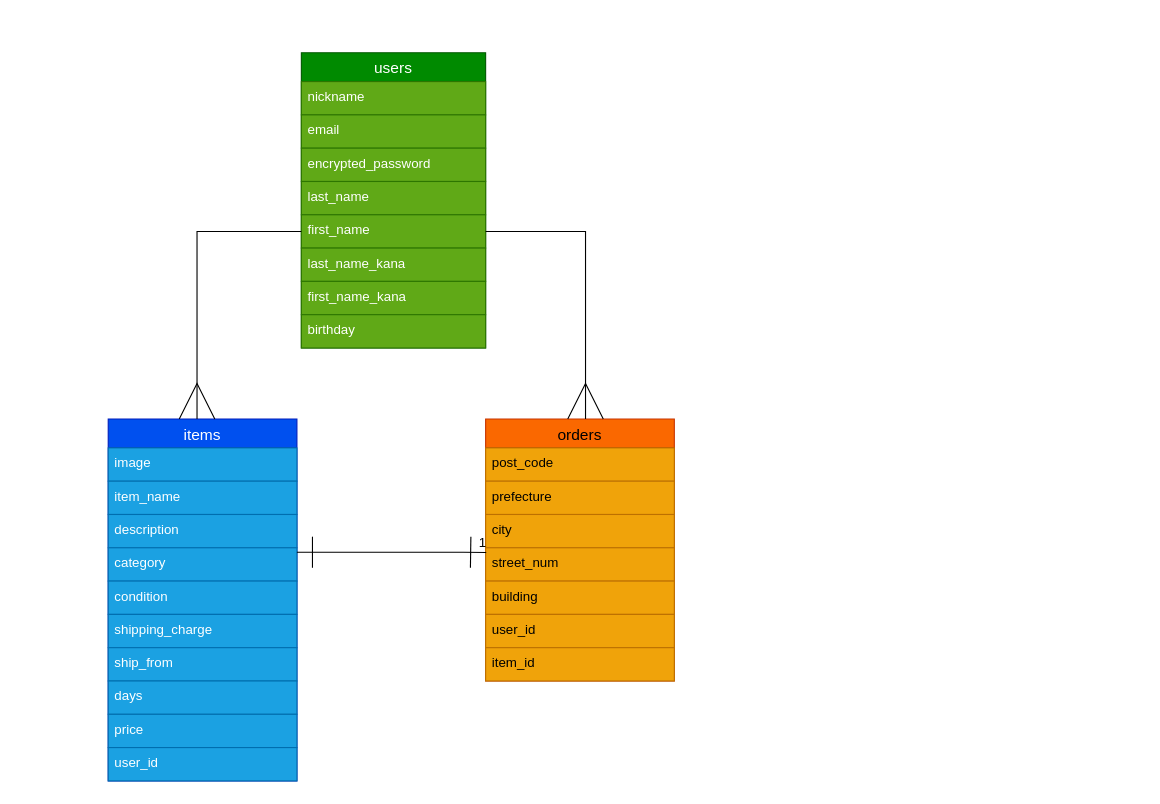
The draw.io diagram er.dio in bandaid0625/furima-38930, before the edit. Source tidied: cells renumbered, new cells numbered last; positions are measured from the earlier drawing's top-left corner, leaving out a move shared by most shapes. Both pictures are drawn from the tidied source at 111%, with x=0, y=0 at pixel (108, 52).
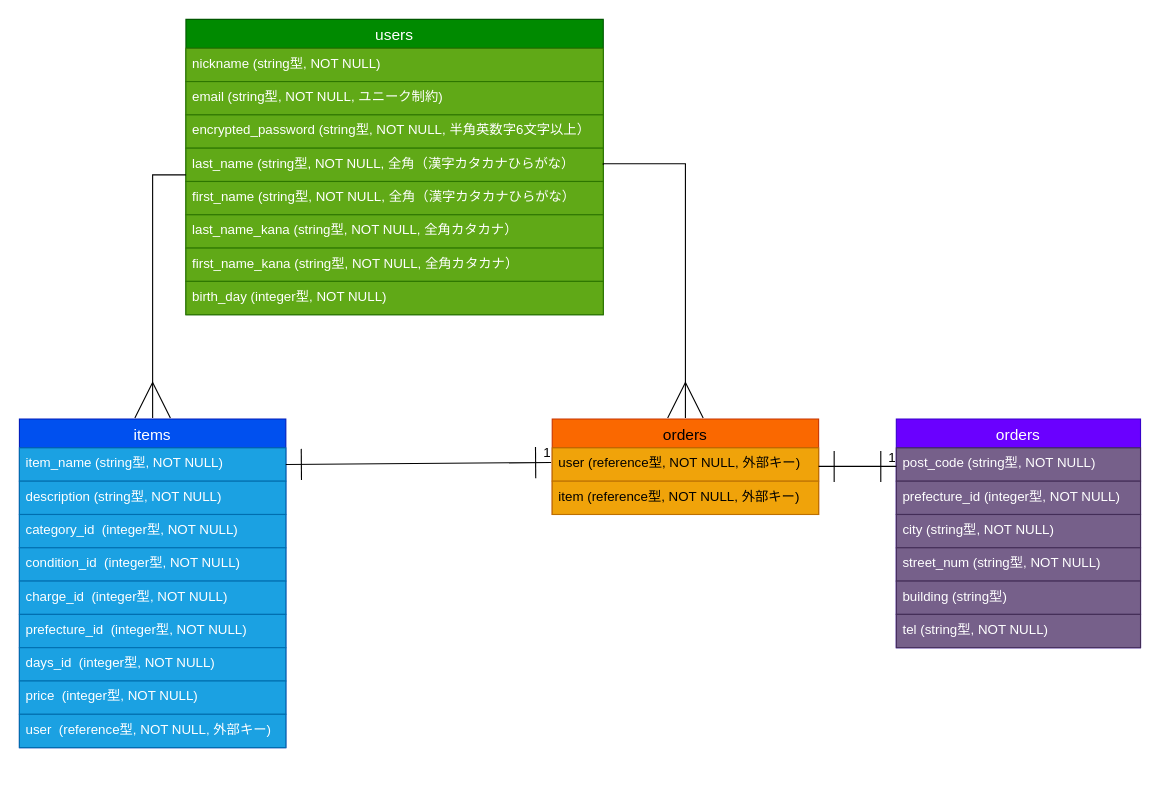
After the change.

The edit, as a diff of the source:
```diff
@@
-<mxGraphModel background="#ffffff">
+<mxGraphModel>
@@
     <mxCell id="2" value="users" style="swimlane;fontStyle=0;horizontal=1;startSize=26;align=center;fontSize=14;rounded=0;fillColor=#008a00;fontColor=#ffffff;strokeColor=#005700;" parent="1" vertex="1">
-      <mxGeometry x="174" width="166" height="266" as="geometry" />
+      <mxGeometry x="70" y="-30" width="376" height="266" as="geometry" />
     </mxCell>
-    <mxCell id="3" value="nickname" style="text;strokeColor=#2D7600;fillColor=#60a917;spacingLeft=4;spacingRight=4;overflow=hidden;fontSize=12;rounded=0;fontColor=#ffffff;" parent="2" vertex="1">
-      <mxGeometry y="26" width="166" height="30" as="geometry" />
+    <mxCell id="3" value="nickname (string型, NOT NULL)" style="text;strokeColor=#2D7600;fillColor=#60a917;spacingLeft=4;spacingRight=4;overflow=hidden;fontSize=12;rounded=0;fontColor=#ffffff;" parent="2" vertex="1">
+      <mxGeometry y="26" width="376" height="30" as="geometry" />
     </mxCell>
-    <mxCell id="4" value="email&#10;" style="text;strokeColor=#2D7600;fillColor=#60a917;spacingLeft=4;spacingRight=4;overflow=hidden;fontSize=12;rounded=0;fontColor=#ffffff;" parent="2" vertex="1">
-      <mxGeometry y="56" width="166" height="30" as="geometry" />
+    <mxCell id="4" value="email (string型, NOT NULL, ユニーク制約)&#10;" style="text;strokeColor=#2D7600;fillColor=#60a917;spacingLeft=4;spacingRight=4;overflow=hidden;fontSize=12;rounded=0;fontColor=#ffffff;" parent="2" vertex="1">
+      <mxGeometry y="56" width="376" height="30" as="geometry" />
     </mxCell>
-    <mxCell id="5" value="encrypted_password" style="text;strokeColor=#2D7600;fillColor=#60a917;spacingLeft=4;spacingRight=4;overflow=hidden;fontSize=12;rounded=0;fontColor=#ffffff;" parent="2" vertex="1">
-      <mxGeometry y="86" width="166" height="30" as="geometry" />
+    <mxCell id="5" value="encrypted_password (string型, NOT NULL, 半角英数字6文字以上）&#10;" style="text;strokeColor=#2D7600;fillColor=#60a917;spacingLeft=4;spacingRight=4;overflow=hidden;fontSize=12;rounded=0;fontColor=#ffffff;" parent="2" vertex="1">
+      <mxGeometry y="86" width="376" height="30" as="geometry" />
     </mxCell>
-    <mxCell id="6" value="last_name" style="text;strokeColor=#2D7600;fillColor=#60a917;spacingLeft=4;spacingRight=4;overflow=hidden;points=[[0,0.5],[1,0.5]];portConstraint=eastwest;fontSize=12;rounded=0;fontColor=#ffffff;" parent="2" vertex="1">
-      <mxGeometry y="116" width="166" height="30" as="geometry" />
+    <mxCell id="6" value="last_name (string型, NOT NULL, 全角（漢字カタカナひらがな）&#10;" style="text;strokeColor=#2D7600;fillColor=#60a917;spacingLeft=4;spacingRight=4;overflow=hidden;points=[[0,0.5],[1,0.5]];portConstraint=eastwest;fontSize=12;rounded=0;fontColor=#ffffff;" parent="2" vertex="1">
+      <mxGeometry y="116" width="376" height="30" as="geometry" />
     </mxCell>
-    <mxCell id="7" value="first_name" style="text;strokeColor=#2D7600;fillColor=#60a917;spacingLeft=4;spacingRight=4;overflow=hidden;points=[[0,0.5],[1,0.5]];portConstraint=eastwest;fontSize=12;rounded=0;fontColor=#ffffff;" parent="2" vertex="1">
-      <mxGeometry y="146" width="166" height="30" as="geometry" />
+    <mxCell id="7" value="first_name (string型, NOT NULL, 全角（漢字カタカナひらがな）&#10;" style="text;strokeColor=#2D7600;fillColor=#60a917;spacingLeft=4;spacingRight=4;overflow=hidden;points=[[0,0.5],[1,0.5]];portConstraint=eastwest;fontSize=12;rounded=0;fontColor=#ffffff;" parent="2" vertex="1">
+      <mxGeometry y="146" width="376" height="30" as="geometry" />
     </mxCell>
-    <mxCell id="8" value="last_name_kana" style="text;strokeColor=#2D7600;fillColor=#60a917;spacingLeft=4;spacingRight=4;overflow=hidden;fontSize=12;rounded=0;fontColor=#ffffff;" parent="2" vertex="1">
-      <mxGeometry y="176" width="166" height="30" as="geometry" />
+    <mxCell id="8" value="last_name_kana (string型, NOT NULL, 全角カタカナ）&#10;" style="text;strokeColor=#2D7600;fillColor=#60a917;spacingLeft=4;spacingRight=4;overflow=hidden;fontSize=12;rounded=0;fontColor=#ffffff;" parent="2" vertex="1">
+      <mxGeometry y="176" width="376" height="30" as="geometry" />
     </mxCell>
-    <mxCell id="9" value="first_name_kana" style="text;strokeColor=#2D7600;fillColor=#60a917;spacingLeft=4;spacingRight=4;overflow=hidden;fontSize=12;rounded=0;fontColor=#ffffff;" parent="2" vertex="1">
-      <mxGeometry y="206" width="166" height="30" as="geometry" />
+    <mxCell id="9" value="first_name_kana (string型, NOT NULL, 全角カタカナ）&#10;" style="text;strokeColor=#2D7600;fillColor=#60a917;spacingLeft=4;spacingRight=4;overflow=hidden;fontSize=12;rounded=0;fontColor=#ffffff;" parent="2" vertex="1">
+      <mxGeometry y="206" width="376" height="30" as="geometry" />
     </mxCell>
-    <mxCell id="10" value="birthday" style="text;strokeColor=#2D7600;fillColor=#60a917;spacingLeft=4;spacingRight=4;overflow=hidden;fontSize=12;rounded=0;fontColor=#ffffff;" parent="2" vertex="1">
-      <mxGeometry y="236" width="166" height="30" as="geometry" />
+    <mxCell id="10" value="birth_day (integer型, NOT NULL)" style="text;strokeColor=#2D7600;fillColor=#60a917;spacingLeft=4;spacingRight=4;overflow=hidden;fontSize=12;rounded=0;fontColor=#ffffff;" parent="2" vertex="1">
+      <mxGeometry y="236" width="376" height="30" as="geometry" />
     </mxCell>
     <mxCell id="11" value="items" style="swimlane;fontStyle=0;horizontal=1;startSize=26;align=center;fontSize=14;rounded=0;fillColor=#0050ef;fontColor=#ffffff;strokeColor=#001DBC;" parent="1" vertex="1">
-      <mxGeometry y="330" width="170" height="326" as="geometry" />
+      <mxGeometry x="-80" y="330" width="240" height="296" as="geometry" />
     </mxCell>
-    <mxCell id="12" value="image" style="text;strokeColor=#006EAF;fillColor=#1ba1e2;spacingLeft=4;spacingRight=4;overflow=hidden;fontSize=12;rounded=0;fontColor=#ffffff;" parent="11" vertex="1">
-      <mxGeometry y="26" width="170" height="30" as="geometry" />
-    </mxCell>
-    <mxCell id="13" value="item_name" style="text;strokeColor=#006EAF;fillColor=#1ba1e2;spacingLeft=4;spacingRight=4;overflow=hidden;points=[[0,0.5],[1,0.5]];portConstraint=eastwest;fontSize=12;rounded=0;fontColor=#ffffff;" parent="11" vertex="1">
-      <mxGeometry y="56" width="170" height="30" as="geometry" />
+    <mxCell id="13" value="item_name (string型, NOT NULL)" style="text;strokeColor=#006EAF;fillColor=#1ba1e2;spacingLeft=4;spacingRight=4;overflow=hidden;points=[[0,0.5],[1,0.5]];portConstraint=eastwest;fontSize=12;rounded=0;fontColor=#ffffff;" parent="11" vertex="1">
+      <mxGeometry y="26" width="240" height="30" as="geometry" />
     </mxCell>
-    <mxCell id="14" value="description" style="text;strokeColor=#006EAF;fillColor=#1ba1e2;spacingLeft=4;spacingRight=4;overflow=hidden;fontSize=12;rounded=0;fontColor=#ffffff;" parent="11" vertex="1">
-      <mxGeometry y="86" width="170" height="30" as="geometry" />
+    <mxCell id="14" value="description (string型, NOT NULL)" style="text;strokeColor=#006EAF;fillColor=#1ba1e2;spacingLeft=4;spacingRight=4;overflow=hidden;fontSize=12;rounded=0;fontColor=#ffffff;" parent="11" vertex="1">
+      <mxGeometry y="56" width="240" height="30" as="geometry" />
     </mxCell>
-    <mxCell id="15" value="category" style="text;strokeColor=#006EAF;fillColor=#1ba1e2;spacingLeft=4;spacingRight=4;overflow=hidden;fontSize=12;rounded=0;fontColor=#ffffff;" parent="11" vertex="1">
-      <mxGeometry y="116" width="170" height="30" as="geometry" />
+    <mxCell id="15" value="category_id  (integer型, NOT NULL)" style="text;strokeColor=#006EAF;fillColor=#1ba1e2;spacingLeft=4;spacingRight=4;overflow=hidden;fontSize=12;rounded=0;fontColor=#ffffff;" parent="11" vertex="1">
+      <mxGeometry y="86" width="240" height="30" as="geometry" />
     </mxCell>
-    <mxCell id="16" value="condition" style="text;strokeColor=#006EAF;fillColor=#1ba1e2;spacingLeft=4;spacingRight=4;overflow=hidden;fontSize=12;rounded=0;fontColor=#ffffff;" parent="11" vertex="1">
-      <mxGeometry y="146" width="170" height="30" as="geometry" />
+    <mxCell id="16" value="condition_id  (integer型, NOT NULL)" style="text;strokeColor=#006EAF;fillColor=#1ba1e2;spacingLeft=4;spacingRight=4;overflow=hidden;fontSize=12;rounded=0;fontColor=#ffffff;" parent="11" vertex="1">
+      <mxGeometry y="116" width="240" height="30" as="geometry" />
     </mxCell>
-    <mxCell id="17" value="shipping_charge" style="text;strokeColor=#006EAF;fillColor=#1ba1e2;spacingLeft=4;spacingRight=4;overflow=hidden;fontSize=12;rounded=0;fontColor=#ffffff;" parent="11" vertex="1">
-      <mxGeometry y="176" width="170" height="30" as="geometry" />
+    <mxCell id="17" value="charge_id  (integer型, NOT NULL)" style="text;strokeColor=#006EAF;fillColor=#1ba1e2;spacingLeft=4;spacingRight=4;overflow=hidden;fontSize=12;rounded=0;fontColor=#ffffff;" parent="11" vertex="1">
+      <mxGeometry y="146" width="240" height="30" as="geometry" />
     </mxCell>
-    <mxCell id="18" value="ship_from" style="text;strokeColor=#006EAF;fillColor=#1ba1e2;spacingLeft=4;spacingRight=4;overflow=hidden;fontSize=12;rounded=0;fontColor=#ffffff;" parent="11" vertex="1">
-      <mxGeometry y="206" width="170" height="30" as="geometry" />
+    <mxCell id="18" value="prefecture_id  (integer型, NOT NULL)" style="text;strokeColor=#006EAF;fillColor=#1ba1e2;spacingLeft=4;spacingRight=4;overflow=hidden;fontSize=12;rounded=0;fontColor=#ffffff;" parent="11" vertex="1">
+      <mxGeometry y="176" width="240" height="30" as="geometry" />
     </mxCell>
-    <mxCell id="19" value="days" style="text;strokeColor=#006EAF;fillColor=#1ba1e2;spacingLeft=4;spacingRight=4;overflow=hidden;fontSize=12;rounded=0;fontColor=#ffffff;" parent="11" vertex="1">
-      <mxGeometry y="236" width="170" height="30" as="geometry" />
+    <mxCell id="19" value="days_id  (integer型, NOT NULL)" style="text;strokeColor=#006EAF;fillColor=#1ba1e2;spacingLeft=4;spacingRight=4;overflow=hidden;fontSize=12;rounded=0;fontColor=#ffffff;" parent="11" vertex="1">
+      <mxGeometry y="206" width="240" height="30" as="geometry" />
     </mxCell>
-    <mxCell id="20" value="price" style="text;strokeColor=#006EAF;fillColor=#1ba1e2;spacingLeft=4;spacingRight=4;overflow=hidden;fontSize=12;rounded=0;fontColor=#ffffff;" parent="11" vertex="1">
-      <mxGeometry y="266" width="170" height="30" as="geometry" />
+    <mxCell id="20" value="price  (integer型, NOT NULL)" style="text;strokeColor=#006EAF;fillColor=#1ba1e2;spacingLeft=4;spacingRight=4;overflow=hidden;fontSize=12;rounded=0;fontColor=#ffffff;" parent="11" vertex="1">
+      <mxGeometry y="236" width="240" height="30" as="geometry" />
     </mxCell>
-    <mxCell id="21" value="user_id" style="text;strokeColor=#006EAF;fillColor=#1ba1e2;spacingLeft=4;spacingRight=4;overflow=hidden;fontSize=12;rounded=0;fontColor=#ffffff;" parent="11" vertex="1">
-      <mxGeometry y="296" width="170" height="30" as="geometry" />
+    <mxCell id="21" value="user  (reference型, NOT NULL, 外部キー)" style="text;strokeColor=#006EAF;fillColor=#1ba1e2;spacingLeft=4;spacingRight=4;overflow=hidden;fontSize=12;rounded=0;fontColor=#ffffff;" parent="11" vertex="1">
+      <mxGeometry y="266" width="240" height="30" as="geometry" />
     </mxCell>
-    <mxCell id="22" value="orders" style="swimlane;fontStyle=0;horizontal=1;startSize=26;align=center;fontSize=14;rounded=0;fillColor=#fa6800;fontColor=#000000;strokeColor=#C73500;" parent="1" vertex="1">
-      <mxGeometry x="340" y="330" width="170" height="236" as="geometry" />
+    <mxCell id="22" value="orders" style="swimlane;fontStyle=0;horizontal=1;startSize=26;align=center;fontSize=14;rounded=0;fillColor=#6a00ff;fontColor=#ffffff;strokeColor=#3700CC;" parent="1" vertex="1">
+      <mxGeometry x="710" y="330" width="220" height="206" as="geometry" />
     </mxCell>
-    <mxCell id="23" value="post_code" style="text;strokeColor=#BD7000;fillColor=#f0a30a;spacingLeft=4;spacingRight=4;overflow=hidden;fontSize=12;rounded=0;fontColor=#000000;" parent="22" vertex="1">
-      <mxGeometry y="26" width="170" height="30" as="geometry" />
+    <mxCell id="23" value="post_code (string型, NOT NULL)" style="text;strokeColor=#432D57;fillColor=#76608a;spacingLeft=4;spacingRight=4;overflow=hidden;fontSize=12;rounded=0;fontColor=#ffffff;" parent="22" vertex="1">
+      <mxGeometry y="26" width="220" height="30" as="geometry" />
     </mxCell>
-    <mxCell id="24" value="prefecture" style="text;strokeColor=#BD7000;fillColor=#f0a30a;spacingLeft=4;spacingRight=4;overflow=hidden;fontSize=12;rounded=0;fontColor=#000000;" parent="22" vertex="1">
-      <mxGeometry y="56" width="170" height="30" as="geometry" />
+    <mxCell id="24" value="prefecture_id (integer型, NOT NULL)" style="text;strokeColor=#432D57;fillColor=#76608a;spacingLeft=4;spacingRight=4;overflow=hidden;fontSize=12;rounded=0;fontColor=#ffffff;" parent="22" vertex="1">
+      <mxGeometry y="56" width="220" height="30" as="geometry" />
     </mxCell>
-    <mxCell id="25" value="city" style="text;strokeColor=#BD7000;fillColor=#f0a30a;spacingLeft=4;spacingRight=4;overflow=hidden;fontSize=12;rounded=0;fontColor=#000000;" parent="22" vertex="1">
-      <mxGeometry y="86" width="170" height="30" as="geometry" />
+    <mxCell id="25" value="city (string型, NOT NULL)" style="text;strokeColor=#432D57;fillColor=#76608a;spacingLeft=4;spacingRight=4;overflow=hidden;fontSize=12;rounded=0;fontColor=#ffffff;" parent="22" vertex="1">
+      <mxGeometry y="86" width="220" height="30" as="geometry" />
     </mxCell>
-    <mxCell id="26" value="street_num" style="text;strokeColor=#BD7000;fillColor=#f0a30a;spacingLeft=4;spacingRight=4;overflow=hidden;points=[[0,0.5],[1,0.5]];portConstraint=eastwest;fontSize=12;rounded=0;fontColor=#000000;" parent="22" vertex="1">
-      <mxGeometry y="116" width="170" height="30" as="geometry" />
+    <mxCell id="26" value="street_num (string型, NOT NULL)" style="text;strokeColor=#432D57;fillColor=#76608a;spacingLeft=4;spacingRight=4;overflow=hidden;points=[[0,0.5],[1,0.5]];portConstraint=eastwest;fontSize=12;rounded=0;fontColor=#ffffff;" parent="22" vertex="1">
+      <mxGeometry y="116" width="220" height="30" as="geometry" />
     </mxCell>
-    <mxCell id="27" value="building" style="text;strokeColor=#BD7000;fillColor=#f0a30a;spacingLeft=4;spacingRight=4;overflow=hidden;fontSize=12;rounded=0;fontColor=#000000;" parent="22" vertex="1">
-      <mxGeometry y="146" width="170" height="30" as="geometry" />
+    <mxCell id="27" value="building (string型)" style="text;strokeColor=#432D57;fillColor=#76608a;spacingLeft=4;spacingRight=4;overflow=hidden;fontSize=12;rounded=0;fontColor=#ffffff;" parent="22" vertex="1">
+      <mxGeometry y="146" width="220" height="30" as="geometry" />
     </mxCell>
-    <mxCell id="28" value="user_id" style="text;strokeColor=#BD7000;fillColor=#f0a30a;spacingLeft=4;spacingRight=4;overflow=hidden;fontSize=12;rounded=0;fontColor=#000000;" parent="22" vertex="1">
-      <mxGeometry y="176" width="170" height="30" as="geometry" />
-    </mxCell>
-    <mxCell id="29" value="item_id" style="text;strokeColor=#BD7000;fillColor=#f0a30a;spacingLeft=4;spacingRight=4;overflow=hidden;fontSize=12;rounded=0;fontColor=#000000;" parent="22" vertex="1">
-      <mxGeometry y="206" width="170" height="30" as="geometry" />
-    </mxCell>
+    <mxCell id="34" value="tel (string型, NOT NULL)" style="text;strokeColor=#432D57;fillColor=#76608a;spacingLeft=4;spacingRight=4;overflow=hidden;fontSize=12;rounded=0;fontColor=#ffffff;" parent="22" vertex="1">
+      <mxGeometry y="176" width="220" height="30" as="geometry" />
+    </mxCell>
-    <mxCell id="30" style="endArrow=ERone;html=1;rounded=0;entryX=0.003;entryY=0.143;entryDx=0;entryDy=0;entryPerimeter=0;startArrow=ERone;startFill=0;sourcePerimeterSpacing=0;targetPerimeterSpacing=0;strokeWidth=1;endSize=26;endFill=0;jumpSize=6;startSize=26;" parent="1" edge="1" target="26">
-      <mxGeometry relative="1" as="geometry">
-        <mxPoint x="170" y="450" as="sourcePoint" />
-        <Array as="points">
-          <mxPoint x="320" y="450" />
-        </Array>
-      </mxGeometry>
+    <mxCell id="30" style="endArrow=ERone;html=1;rounded=0;entryX=-0.004;entryY=0.439;entryDx=0;entryDy=0;startArrow=ERone;startFill=0;sourcePerimeterSpacing=0;targetPerimeterSpacing=0;strokeWidth=1;endSize=26;endFill=0;jumpSize=6;startSize=26;exitX=1;exitY=0.5;exitDx=0;exitDy=0;entryPerimeter=0;" parent="1" edge="1" source="13" target="36">
+      <mxGeometry relative="1" as="geometry" />
     </mxCell>
@@
-    <mxCell id="32" style="edgeStyle=orthogonalEdgeStyle;fontSize=12;html=1;endArrow=ERmany;endFill=0;exitX=0;exitY=0.5;exitDx=0;exitDy=0;targetPerimeterSpacing=1;endSize=30;rounded=0;" parent="1" edge="1" source="7">
+    <mxCell id="32" style="edgeStyle=orthogonalEdgeStyle;fontSize=12;html=1;endArrow=ERmany;endFill=0;targetPerimeterSpacing=1;endSize=30;rounded=0;" parent="1" edge="1">
       <mxGeometry relative="1" as="geometry">
-        <mxPoint x="80" y="330" as="targetPoint" />
+        <mxPoint x="70" y="110" as="sourcePoint" />
+        <mxPoint x="40" y="329" as="targetPoint" />
         <Array as="points">
-          <mxPoint x="80" y="161" />
-          <mxPoint x="80" y="330" />
+          <mxPoint x="40" y="110" />
+          <mxPoint x="40" y="329" />
         </Array>
       </mxGeometry>
     </mxCell>
-    <mxCell id="33" style="edgeStyle=orthogonalEdgeStyle;fontSize=12;html=1;endArrow=ERmany;endFill=0;exitX=1;exitY=0.5;exitDx=0;exitDy=0;targetPerimeterSpacing=1;endSize=30;rounded=0;" parent="1" edge="1" source="7">
+    <mxCell id="33" style="edgeStyle=orthogonalEdgeStyle;fontSize=12;html=1;endArrow=ERmany;endFill=0;exitX=1;exitY=0.5;exitDx=0;exitDy=0;targetPerimeterSpacing=1;endSize=30;rounded=0;" parent="1" edge="1" source="6" target="35">
       <mxGeometry relative="1" as="geometry">
-        <mxPoint x="430" y="330" as="targetPoint" />
         <Array as="points">
-          <mxPoint x="430" y="161" />
+          <mxPoint x="520" y="100" />
         </Array>
       </mxGeometry>
     </mxCell>
+    <mxCell id="35" value="orders" style="swimlane;fontStyle=0;horizontal=1;startSize=26;align=center;fontSize=14;rounded=0;fillColor=#fa6800;fontColor=#000000;strokeColor=#C73500;" parent="1" vertex="1">
+      <mxGeometry x="400" y="330" width="240" height="86" as="geometry" />
+    </mxCell>
+    <mxCell id="36" value="user (reference型, NOT NULL, 外部キー)" style="text;strokeColor=#BD7000;fillColor=#f0a30a;spacingLeft=4;spacingRight=4;overflow=hidden;points=[[0,0.5],[1,0.5]];portConstraint=eastwest;fontSize=12;rounded=0;fontColor=#000000;" parent="35" vertex="1">
+      <mxGeometry y="26" width="240" height="30" as="geometry" />
+    </mxCell>
+    <mxCell id="37" value="item (reference型, NOT NULL, 外部キー)" style="text;strokeColor=#BD7000;fillColor=#f0a30a;spacingLeft=4;spacingRight=4;overflow=hidden;fontSize=12;rounded=0;fontColor=#000000;" parent="35" vertex="1">
+      <mxGeometry y="56" width="240" height="30" as="geometry" />
+    </mxCell>
+    <mxCell id="38" style="endArrow=ERone;html=1;rounded=0;startArrow=ERone;startFill=0;sourcePerimeterSpacing=0;targetPerimeterSpacing=0;strokeWidth=1;endSize=26;endFill=0;jumpSize=6;startSize=26;" parent="1" edge="1">
+      <mxGeometry relative="1" as="geometry">
+        <mxPoint x="640" y="372.7" as="sourcePoint" />
+        <mxPoint x="710" y="372.7" as="targetPoint" />
+      </mxGeometry>
+    </mxCell>
+    <mxCell id="39" value="1" style="html=1;align=right;verticalAlign=bottom;rounded=0;" parent="38" vertex="1">
+      <mxGeometry x="1" relative="1" as="geometry" />
+    </mxCell>
```
